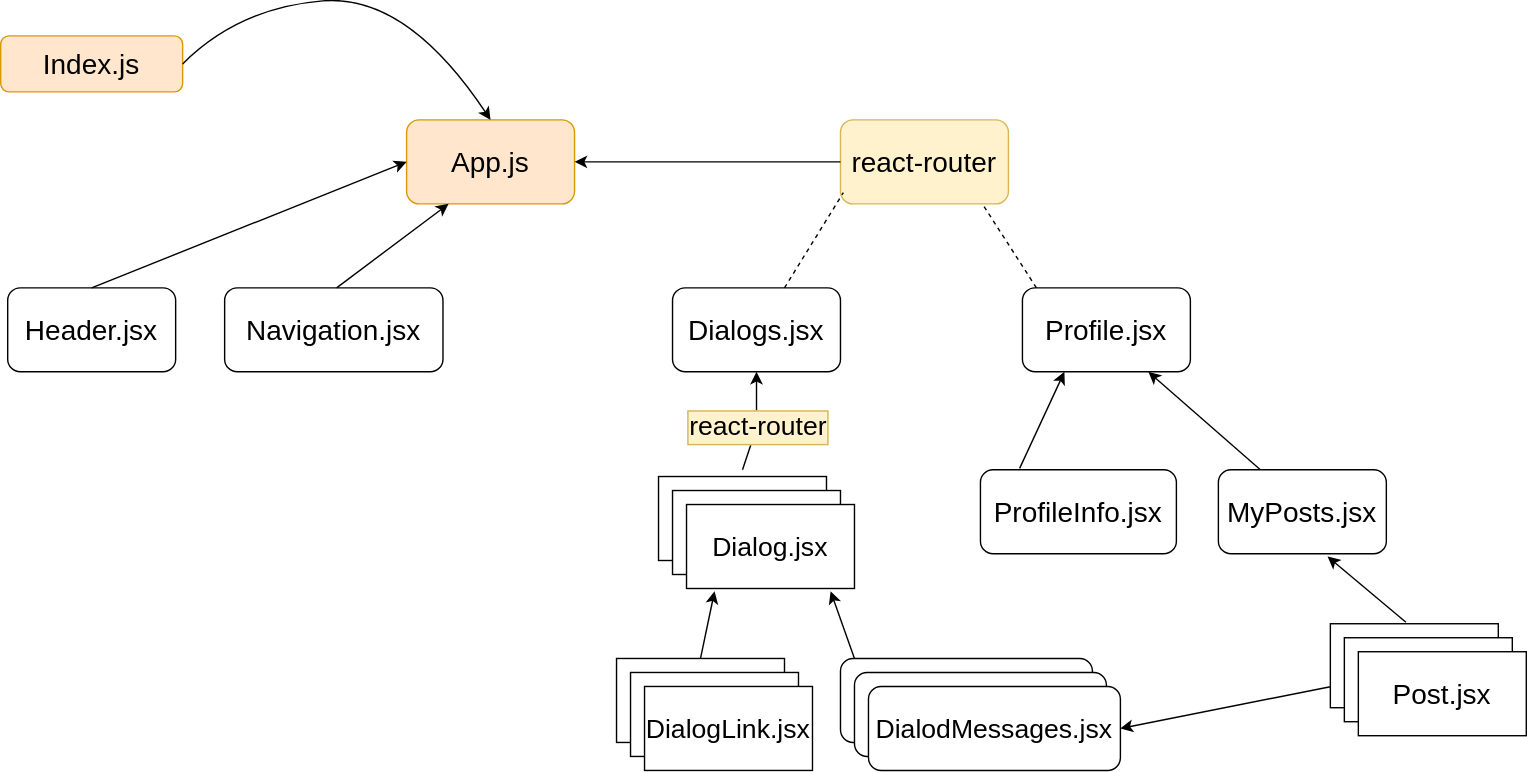
This is Схема приложения.drawio.svg from ShyHarvey/Social-network-with-samurai.js-api-, a draw.io export, as it was before one commit. Source tidied: cells renumbered, new cells last; positions are measured from the earlier drawing's top-left corner, leaving out a move shared by most shapes.
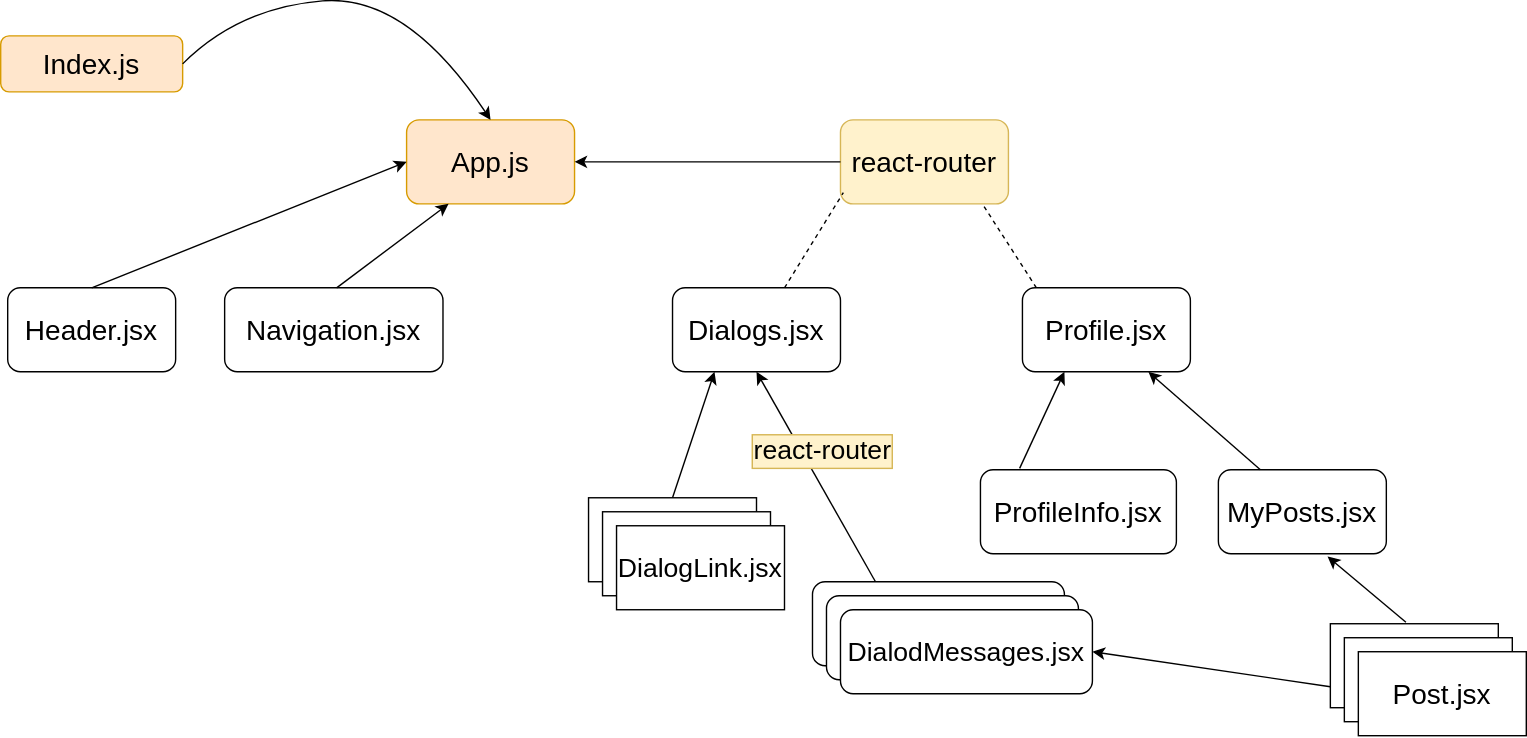
Later version of the same file.

What changed in the source:
```diff
@@ -77,58 +77,36 @@
       <mxGeometry relative="1" as="geometry" />
     </mxCell>
     <mxCell id="23" style="rounded=1;whiteSpace=wrap;html=1;fontSize=20;" parent="1" vertex="1">
-      <mxGeometry x="600" y="474.8" width="180" height="60" as="geometry" />
+      <mxGeometry x="580" y="420" width="180" height="60" as="geometry" />
     </mxCell>
     <mxCell id="24" style="endArrow=classic;html=1;rounded=0;fontSize=20;exitX=0;exitY=0.75;exitDx=0;exitDy=0;entryX=1;entryY=0.5;entryDx=0;entryDy=0;" parent="1" edge="1" source="19" target="36">
       <mxGeometry relative="1" as="geometry" />
     </mxCell>
     <mxCell id="25" style="rounded=0;whiteSpace=wrap;html=1;fontSize=20;" parent="1" vertex="1">
-      <mxGeometry x="440" y="474.8" width="120" height="60" as="geometry" />
+      <mxGeometry x="420" y="360" width="120" height="60" as="geometry" />
     </mxCell>
     <mxCell id="26" style="rounded=0;whiteSpace=wrap;html=1;fontSize=20;" parent="1" vertex="1">
-      <mxGeometry x="450" y="484.8" width="120" height="60" as="geometry" />
+      <mxGeometry x="430" y="370" width="120" height="60" as="geometry" />
     </mxCell>
     <mxCell id="27" value="&lt;font style=&quot;font-size: 19px;&quot;&gt;DialogLink.jsx&lt;/font&gt;" style="rounded=0;whiteSpace=wrap;html=1;fontSize=20;" parent="1" vertex="1">
-      <mxGeometry x="460" y="494.8" width="120" height="60" as="geometry" />
+      <mxGeometry x="440" y="380" width="120" height="60" as="geometry" />
     </mxCell>
-    <mxCell id="28" style="endArrow=classic;html=1;rounded=0;fontSize=19;entryX=0.167;entryY=1.033;entryDx=0;entryDy=0;entryPerimeter=0;exitX=0.5;exitY=0;exitDx=0;exitDy=0;" parent="1" edge="1" source="25">
-      <mxGeometry relative="1" as="geometry">
-        <mxPoint x="510" y="426.8" as="targetPoint" />
-      </mxGeometry>
+    <mxCell id="28" style="endArrow=classic;html=1;rounded=0;fontSize=19;entryX=0.25;entryY=1;entryDx=0;entryDy=0;exitX=0.5;exitY=0;exitDx=0;exitDy=0;" parent="1" edge="1" source="25" target="7">
+      <mxGeometry relative="1" as="geometry" />
     </mxCell>
-    <mxCell id="29" style="endArrow=classic;html=1;rounded=0;fontSize=19;entryX=0.858;entryY=1.033;entryDx=0;entryDy=0;entryPerimeter=0;" parent="1" edge="1">
-      <mxGeometry relative="1" as="geometry">
-        <mxPoint x="610" y="474.8" as="sourcePoint" />
-        <mxPoint x="593" y="426.8" as="targetPoint" />
-      </mxGeometry>
-    </mxCell>
-    <mxCell id="30" style="rounded=0;whiteSpace=wrap;html=1;fontSize=20;" parent="1" vertex="1">
-      <mxGeometry x="470" y="344.8" width="120" height="60" as="geometry" />
-    </mxCell>
-    <mxCell id="31" style="rounded=0;whiteSpace=wrap;html=1;fontSize=20;" parent="1" vertex="1">
-      <mxGeometry x="480" y="354.8" width="120" height="60" as="geometry" />
-    </mxCell>
-    <mxCell id="32" value="&lt;font style=&quot;font-size: 19px;&quot;&gt;Dialog.jsx&lt;/font&gt;" style="rounded=0;whiteSpace=wrap;html=1;fontSize=20;" parent="1" vertex="1">
-      <mxGeometry x="490" y="364.8" width="120" height="60" as="geometry" />
-    </mxCell>
-    <mxCell id="33" style="endArrow=classic;html=1;rounded=0;fontSize=19;entryX=0.5;entryY=1;entryDx=0;entryDy=0;" parent="1" edge="1" target="7">
-      <mxGeometry relative="1" as="geometry">
-        <mxPoint x="530" y="340" as="sourcePoint" />
-        <Array as="points">
-          <mxPoint x="540" y="310" />
-        </Array>
-      </mxGeometry>
+    <mxCell id="33" style="endArrow=classic;html=1;rounded=0;fontSize=19;entryX=0.5;entryY=1;entryDx=0;entryDy=0;exitX=0.25;exitY=0;exitDx=0;exitDy=0;" parent="1" edge="1" source="23" target="7">
+      <mxGeometry relative="1" as="geometry" />
     </mxCell>
     <mxCell id="34" value="react-router" style="edgeLabel;html=1;align=center;verticalAlign=middle;fontSize=19;labelBackgroundColor=#FFF2CC;labelBorderColor=#D6B656;" parent="33" vertex="1">
       <mxGeometry relative="1" as="geometry">
-        <mxPoint y="4" as="offset" />
+        <mxPoint x="4" y="-19" as="offset" />
       </mxGeometry>
     </mxCell>
     <mxCell id="35" style="rounded=1;whiteSpace=wrap;html=1;fontSize=20;" parent="1" vertex="1">
-      <mxGeometry x="610" y="484.8" width="180" height="60" as="geometry" />
+      <mxGeometry x="590" y="430" width="180" height="60" as="geometry" />
     </mxCell>
     <mxCell id="36" value="&lt;font style=&quot;font-size: 19px;&quot;&gt;DialodMessages.jsx&lt;/font&gt;" style="rounded=1;whiteSpace=wrap;html=1;fontSize=20;" parent="1" vertex="1">
-      <mxGeometry x="620" y="494.8" width="180" height="60" as="geometry" />
+      <mxGeometry x="600" y="440" width="180" height="60" as="geometry" />
     </mxCell>
   </root>
 </mxGraphModel>
```
